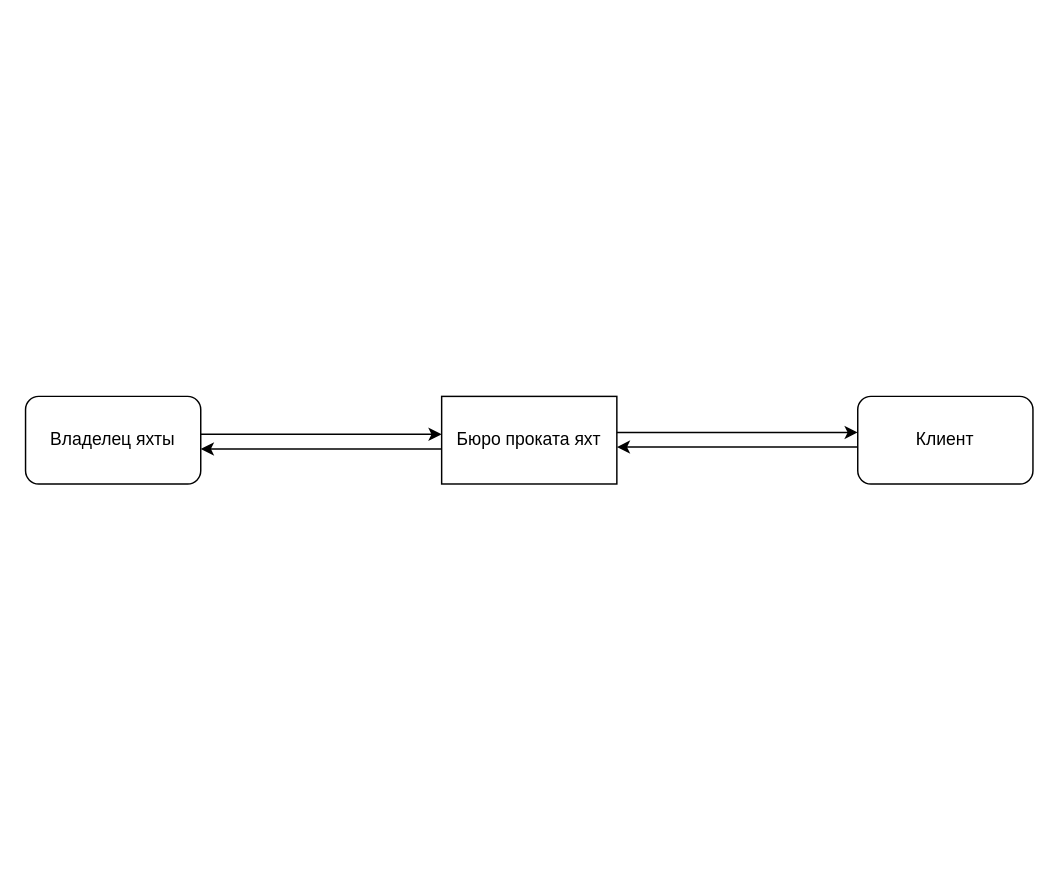
vzhuhfaka/ITMO-3sem-PIRBD keeps this draw.io diagram as Диаграмма без названия.drawio. Above is the earlier version. Source tidied: cells renumbered, new cells numbered last; positions are measured from the earlier drawing's top-left corner, leaving out a move shared by most shapes. Both pictures are drawn from the tidied source at 146%, with x=0, y=0 at pixel (25, 396).
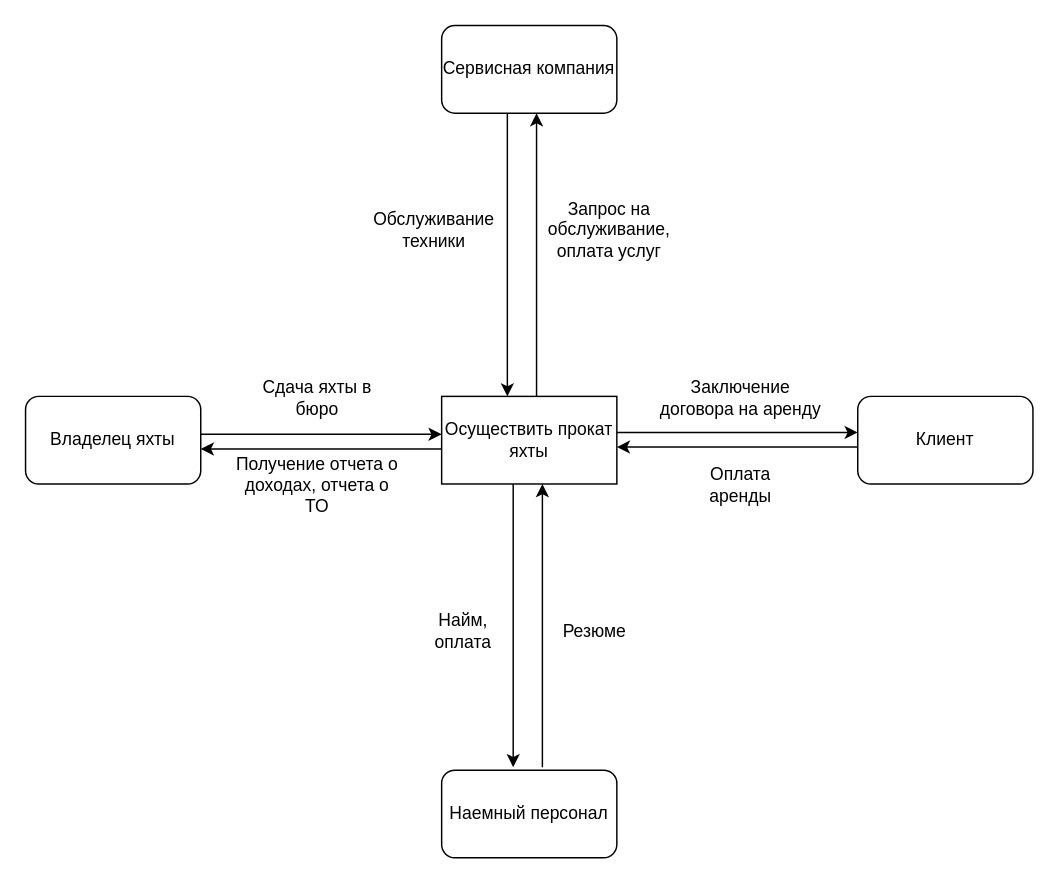
After the change.

Change to the diagram source:
```diff
@@
-    <mxCell id="2" value="Бюро проката яхт" style="rounded=0;whiteSpace=wrap;html=1;" parent="1" vertex="1">
+    <mxCell id="2" value="Осуществить прокат яхты" style="rounded=0;whiteSpace=wrap;html=1;" parent="1" vertex="1">
       <mxGeometry x="285" width="120" height="60" as="geometry" />
     </mxCell>
@@
+    <mxCell id="9" value="Сдача яхты в бюро" style="text;html=1;align=center;verticalAlign=middle;whiteSpace=wrap;rounded=0;" parent="1" vertex="1">
+      <mxGeometry x="150" y="-14" width="100" height="30" as="geometry" />
+    </mxCell>
+    <mxCell id="10" value="Заключение договора на аренду" style="text;html=1;align=center;verticalAlign=middle;whiteSpace=wrap;rounded=0;" parent="1" vertex="1">
+      <mxGeometry x="430" y="-14" width="120" height="30" as="geometry" />
+    </mxCell>
+    <mxCell id="11" value="Оплата аренды" style="text;html=1;align=center;verticalAlign=middle;whiteSpace=wrap;rounded=0;" parent="1" vertex="1">
+      <mxGeometry x="460" y="46" width="60" height="30" as="geometry" />
+    </mxCell>
+    <mxCell id="12" value="Сервисная компания" style="rounded=1;whiteSpace=wrap;html=1;" parent="1" vertex="1">
+      <mxGeometry x="285" y="-254" width="120" height="60" as="geometry" />
+    </mxCell>
+    <mxCell id="13" value="Наемный перс&lt;span style=&quot;background-color: transparent; color: light-dark(rgb(0, 0, 0), rgb(255, 255, 255));&quot;&gt;онал&lt;/span&gt;" style="rounded=1;whiteSpace=wrap;html=1;" parent="1" vertex="1">
+      <mxGeometry x="285" y="256" width="120" height="60" as="geometry" />
+    </mxCell>
+    <mxCell id="14" value="Получение отчета о доходах, отчета о ТО" style="text;html=1;align=center;verticalAlign=middle;whiteSpace=wrap;rounded=0;" parent="1" vertex="1">
+      <mxGeometry x="140" y="46" width="120" height="30" as="geometry" />
+    </mxCell>
+    <mxCell id="15" style="endArrow=classic;html=1;rounded=0;entryX=0.5;entryY=1;entryDx=0;entryDy=0;exitX=0.5;exitY=0;exitDx=0;exitDy=0;" parent="1" edge="1">
+      <mxGeometry relative="1" as="geometry">
+        <mxPoint x="350" as="sourcePoint" />
+        <mxPoint x="350" y="-194" as="targetPoint" />
+      </mxGeometry>
+    </mxCell>
+    <mxCell id="16" style="endArrow=classic;html=1;rounded=0;exitX=0.5;exitY=1;exitDx=0;exitDy=0;entryX=0.5;entryY=0;entryDx=0;entryDy=0;" parent="1" edge="1">
+      <mxGeometry relative="1" as="geometry">
+        <mxPoint x="330" y="-194" as="sourcePoint" />
+        <mxPoint x="330" as="targetPoint" />
+      </mxGeometry>
+    </mxCell>
+    <mxCell id="17" style="endArrow=classic;html=1;rounded=0;entryX=0.5;entryY=1;entryDx=0;entryDy=0;exitX=0.5;exitY=0;exitDx=0;exitDy=0;" parent="1" edge="1">
+      <mxGeometry relative="1" as="geometry">
+        <mxPoint x="354" y="254" as="sourcePoint" />
+        <mxPoint x="354" y="60" as="targetPoint" />
+      </mxGeometry>
+    </mxCell>
+    <mxCell id="18" style="endArrow=classic;html=1;rounded=0;exitX=0.5;exitY=1;exitDx=0;exitDy=0;entryX=0.5;entryY=0;entryDx=0;entryDy=0;" parent="1" edge="1">
+      <mxGeometry relative="1" as="geometry">
+        <mxPoint x="334" y="60" as="sourcePoint" />
+        <mxPoint x="334" y="254" as="targetPoint" />
+      </mxGeometry>
+    </mxCell>
+    <mxCell id="19" value="Обслуживание техники" style="text;html=1;align=center;verticalAlign=middle;whiteSpace=wrap;rounded=0;" parent="1" vertex="1">
+      <mxGeometry x="250" y="-154" width="60" height="80" as="geometry" />
+    </mxCell>
+    <mxCell id="20" value="Запрос на обслуживание, оплата услуг" style="text;html=1;align=center;verticalAlign=middle;whiteSpace=wrap;rounded=0;" parent="1" vertex="1">
+      <mxGeometry x="370" y="-129" width="60" height="30" as="geometry" />
+    </mxCell>
+    <mxCell id="21" value="Найм, оплата" style="text;html=1;align=center;verticalAlign=middle;whiteSpace=wrap;rounded=0;" parent="1" vertex="1">
+      <mxGeometry x="270" y="126" width="60" height="70" as="geometry" />
+    </mxCell>
+    <mxCell id="22" value="Резюме" style="text;html=1;align=center;verticalAlign=middle;whiteSpace=wrap;rounded=0;" parent="1" vertex="1">
+      <mxGeometry x="360" y="146" width="60" height="30" as="geometry" />
+    </mxCell>
```
